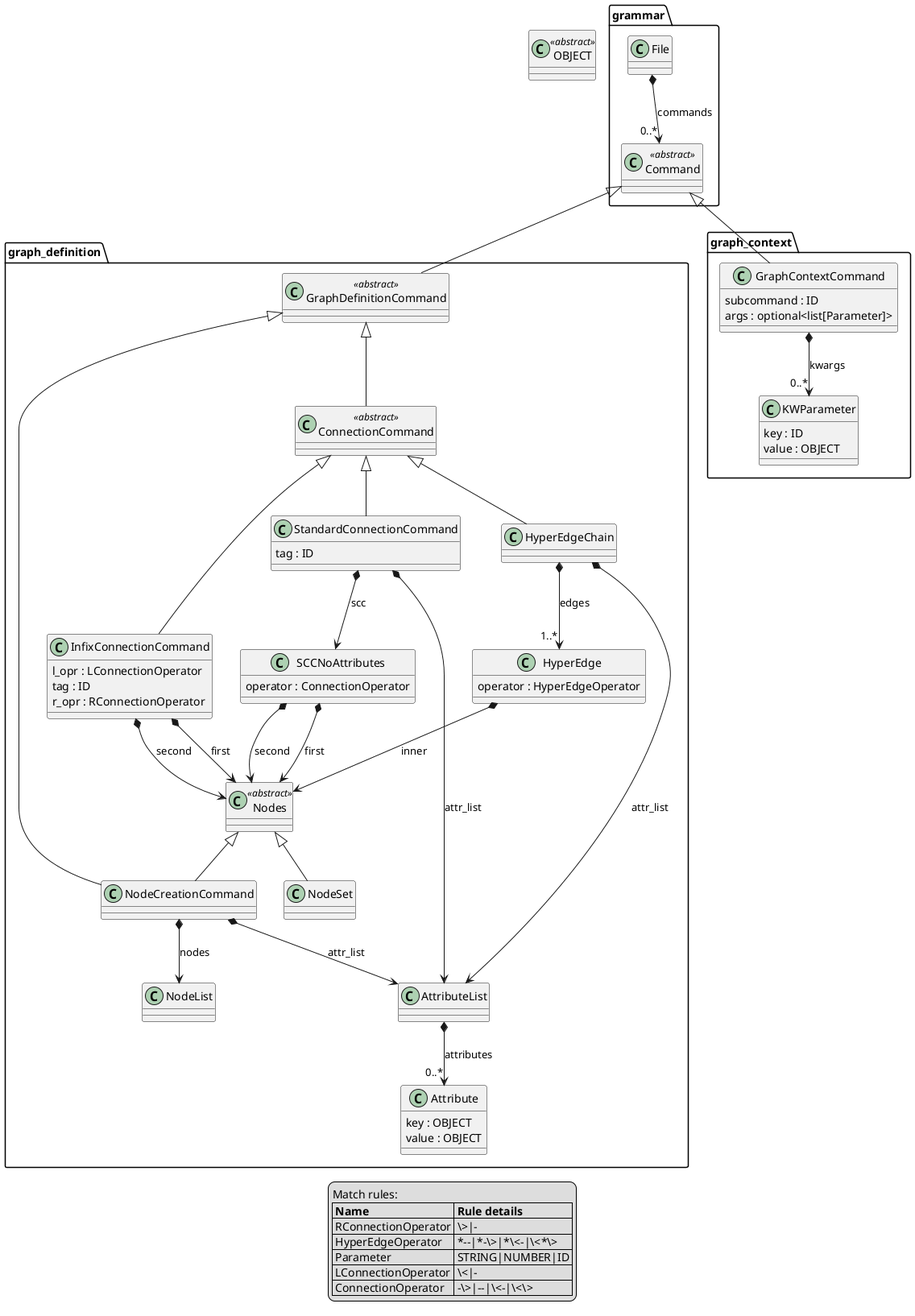
This is grammar.png from aleksa-dejanovic/GMLang, a PlantUML export, as it was before one commit.
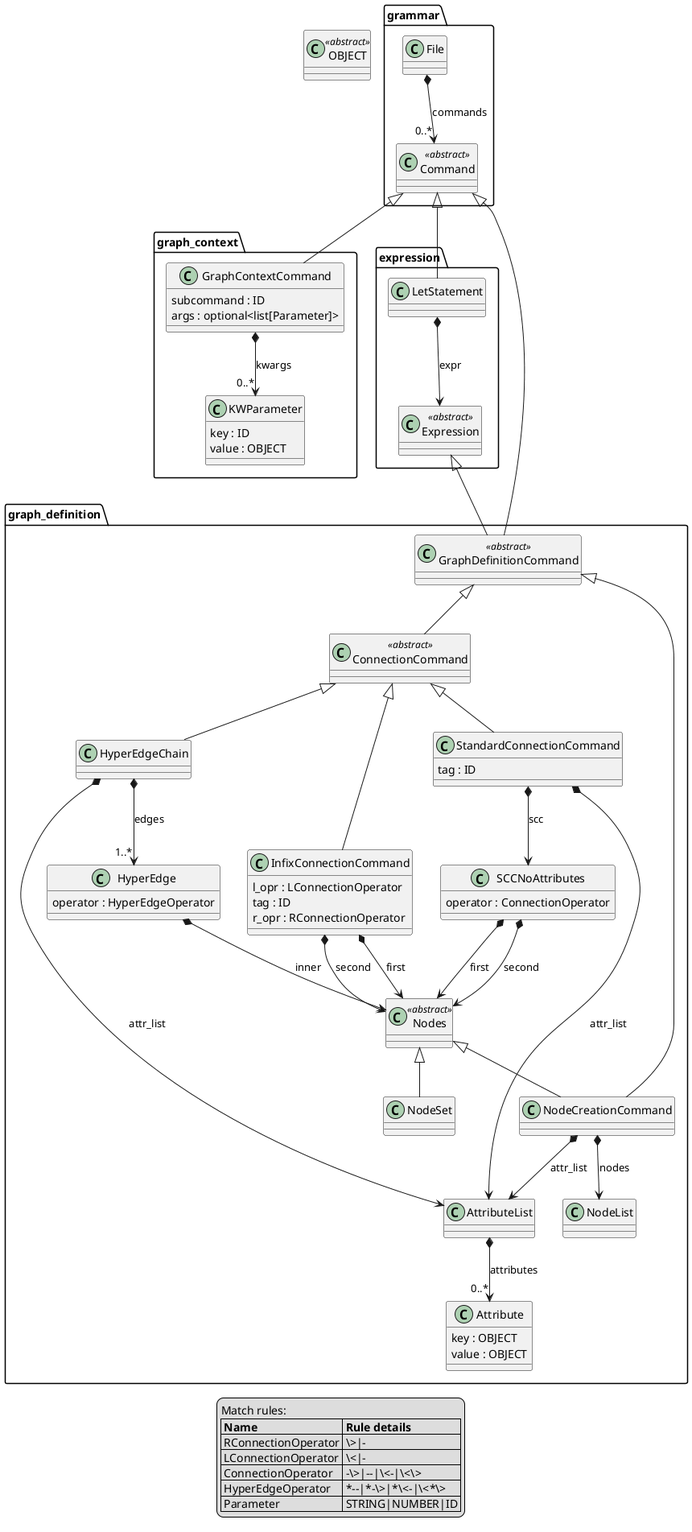
The same file after the commit.

The edit, as a diff of the source:
```diff
@@ -83,9 +83,18 @@
 }
 
 
+class expression.Expression <<abstract>> {
+}
+
+
+class expression.LetStatement  {
+}
+
+
 grammar.File *--> "0..*" grammar.Command: commands
 grammar.Command <|-- graph_definition.GraphDefinitionCommand
 grammar.Command <|-- graph_context.GraphContextCommand
+grammar.Command <|-- expression.LetStatement
 graph_definition.GraphDefinitionCommand <|-- graph_definition.ConnectionCommand
 graph_definition.GraphDefinitionCommand <|-- graph_definition.NodeCreationCommand
 graph_definition.Nodes <|-- graph_definition.NodeCreationCommand
@@ -118,15 +127,17 @@
 
 class OBJECT <<abstract>> {
 }
+expression.Expression <|-- graph_definition.GraphDefinitionCommand
+expression.LetStatement *-->  expression.Expression: expr
 
 legend
   Match rules:
   |= Name  |= Rule details |
   | RConnectionOperator | \>\|- |
+  | LConnectionOperator | \<\|- |
+  | ConnectionOperator | -\>\|--\|\<-\|\<\> |
   | HyperEdgeOperator | *--\|*-\>\|*\<-\|\<*\> |
   | Parameter | STRING\|NUMBER\|ID |
-  | LConnectionOperator | \<\|- |
-  | ConnectionOperator | -\>\|--\|\<-\|\<\> |
 end legend
 
 @enduml
```
